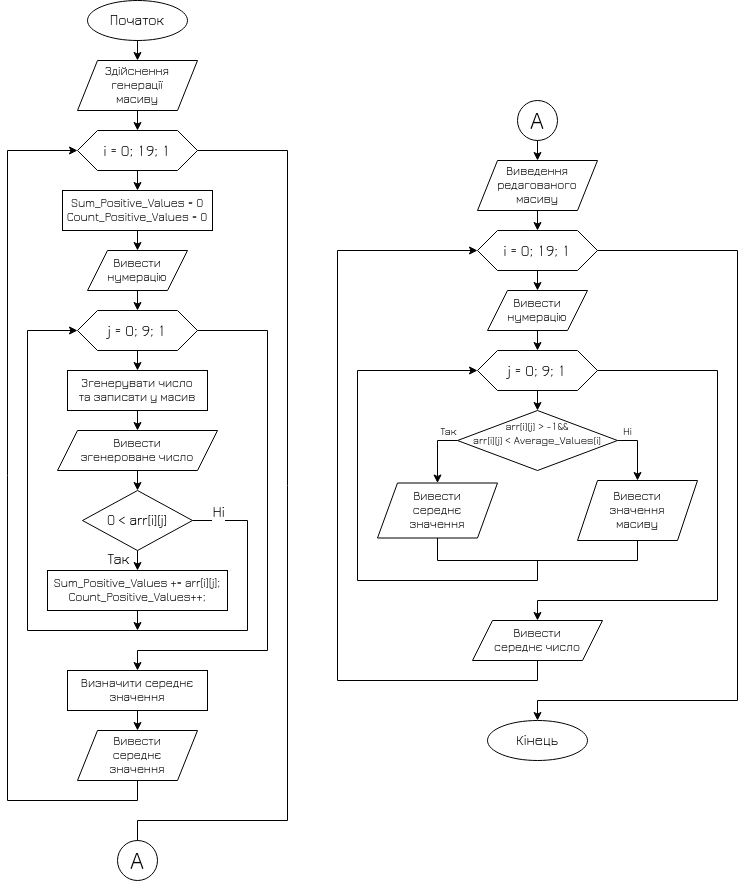
Above: Лабораторна робота #5/Завдання #1. Блок схема.png in H4WG/CppLabs (draw.io), before the change. Source tidied: cells renumbered, new cells last; positions are measured from the earlier drawing's top-left corner, leaving out a move shared by most shapes.
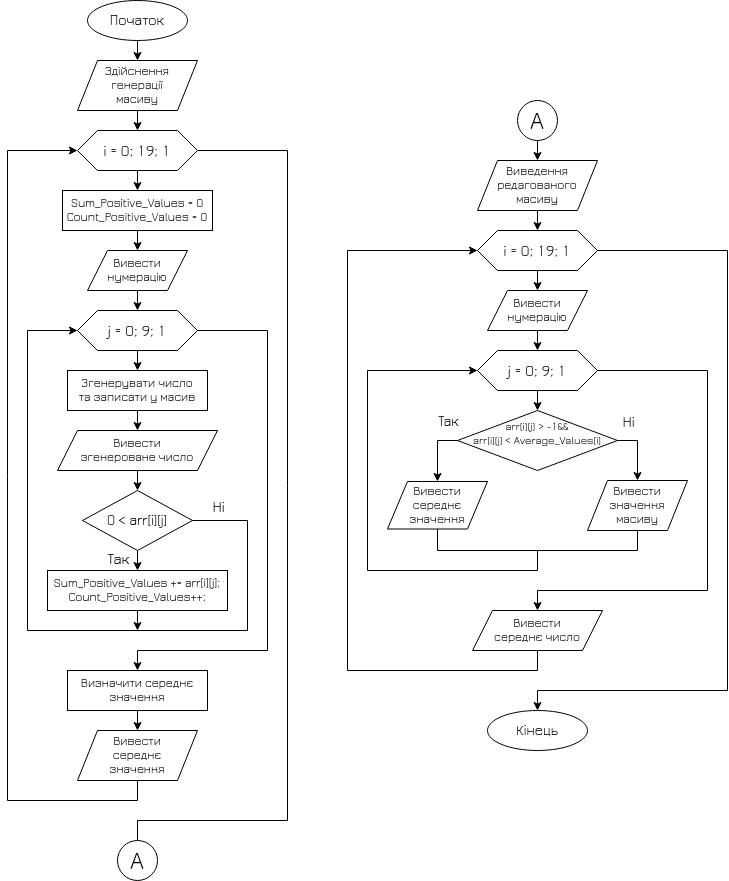
The same file after the commit.

Commit message:
Виправлення блок-схеми

What changed in the source:
```diff
@@ -9,7 +9,7 @@
       <mxGeometry relative="1" as="geometry" />
     </mxCell>
     <mxCell id="4" value="Кінець" style="ellipse;whiteSpace=wrap;html=1;fontSize=14;" parent="1" vertex="1">
-      <mxGeometry x="480" y="720" width="100" height="40" as="geometry" />
+      <mxGeometry x="480" y="710" width="100" height="40" as="geometry" />
     </mxCell>
     <mxCell id="5" value="&lt;div&gt;Згенерувати число&lt;/div&gt;&lt;div&gt;та записати у масив&lt;/div&gt;" style="whiteSpace=wrap;html=1;" parent="1" vertex="1">
       <mxGeometry x="60" y="370" width="140" height="40" as="geometry" />
@@ -128,7 +128,7 @@
       </mxGeometry>
     </mxCell>
     <mxCell id="32" value="&lt;div&gt;Вивести&lt;/div&gt;&lt;div&gt;середнє число&lt;/div&gt;" style="shape=parallelogram;perimeter=parallelogramPerimeter;whiteSpace=wrap;html=1;fixedSize=1;" parent="1" vertex="1">
-      <mxGeometry x="465" y="620" width="130" height="40" as="geometry" />
+      <mxGeometry x="465" y="610" width="130" height="40" as="geometry" />
     </mxCell>
     <mxCell id="33" style="endArrow=classic;html=1;" parent="1" edge="1">
       <mxGeometry relative="1" as="geometry">
@@ -144,22 +144,22 @@
     </mxCell>
     <mxCell id="36" style="endArrow=classic;html=1;entryX=0;entryY=0.5;entryDx=0;entryDy=0;" parent="1" edge="1" target="35">
       <mxGeometry relative="1" as="geometry">
-        <mxPoint x="350" y="370" as="sourcePoint" />
+        <mxPoint x="360" y="370" as="sourcePoint" />
       </mxGeometry>
     </mxCell>
     <mxCell id="37" style="endArrow=classic;html=1;entryX=0;entryY=0.5;entryDx=0;entryDy=0;" parent="1" edge="1" target="34">
       <mxGeometry relative="1" as="geometry">
-        <mxPoint x="330" y="250" as="sourcePoint" />
+        <mxPoint x="340" y="250" as="sourcePoint" />
       </mxGeometry>
     </mxCell>
     <mxCell id="38" style="endArrow=none;html=1;entryX=1;entryY=0.5;entryDx=0;entryDy=0;" parent="1" edge="1" target="35">
       <mxGeometry relative="1" as="geometry">
-        <mxPoint x="710" y="370" as="sourcePoint" />
+        <mxPoint x="700" y="370" as="sourcePoint" />
       </mxGeometry>
     </mxCell>
     <mxCell id="39" style="endArrow=none;html=1;entryX=1;entryY=0.5;entryDx=0;entryDy=0;" parent="1" edge="1" target="34">
       <mxGeometry relative="1" as="geometry">
-        <mxPoint x="730" y="250" as="sourcePoint" />
+        <mxPoint x="720" y="250" as="sourcePoint" />
       </mxGeometry>
     </mxCell>
     <mxCell id="40" value="&lt;div&gt;Вивести&lt;/div&gt;&lt;div&gt;нумерацію&lt;/div&gt;" style="shape=parallelogram;perimeter=parallelogramPerimeter;whiteSpace=wrap;html=1;fixedSize=1;" parent="1" vertex="1">
@@ -192,9 +192,9 @@
         <mxPoint x="240" y="520" as="targetPoint" />
       </mxGeometry>
     </mxCell>
-    <mxCell id="48" value="&lt;font style=&quot;font-size: 15px&quot;&gt;Ні&lt;/font&gt;" style="edgeLabel;html=1;align=center;verticalAlign=middle;" parent="47" vertex="1">
+    <mxCell id="48" value="&lt;font style=&quot;font-size: 15px;&quot;&gt;Ні&lt;/font&gt;" style="edgeLabel;html=1;align=center;verticalAlign=middle;fontSize=15;" parent="47" vertex="1">
       <mxGeometry x="0.28" y="-1" relative="1" as="geometry">
-        <mxPoint x="-10" y="-11" as="offset" />
+        <mxPoint x="-10" y="-16" as="offset" />
       </mxGeometry>
     </mxCell>
     <mxCell id="49" style="endArrow=none;html=1;" parent="1" edge="1">
@@ -260,10 +260,10 @@
       <mxGeometry x="450" y="410" width="160" height="60" as="geometry" />
     </mxCell>
     <mxCell id="62" value="&lt;div&gt;Вивести&lt;/div&gt;&lt;div&gt;середнє&lt;/div&gt;&lt;div&gt;значення&lt;/div&gt;" style="shape=parallelogram;perimeter=parallelogramPerimeter;whiteSpace=wrap;html=1;fixedSize=1;" parent="1" vertex="1">
-      <mxGeometry x="370" y="482.5" width="120" height="55" as="geometry" />
+      <mxGeometry x="380" y="481" width="100" height="47.5" as="geometry" />
     </mxCell>
     <mxCell id="63" value="&lt;div&gt;Вивести&lt;/div&gt;&lt;div&gt;значення&lt;/div&gt;&lt;div&gt;масиву&lt;br&gt;&lt;/div&gt;" style="shape=parallelogram;perimeter=parallelogramPerimeter;whiteSpace=wrap;html=1;fixedSize=1;" parent="1" vertex="1">
-      <mxGeometry x="570" y="480" width="120" height="60" as="geometry" />
+      <mxGeometry x="580" y="480" width="100" height="50" as="geometry" />
     </mxCell>
     <mxCell id="64" style="endArrow=classic;html=1;entryX=0.5;entryY=0;entryDx=0;entryDy=0;" parent="1" edge="1" target="63">
       <mxGeometry relative="1" as="geometry">
@@ -280,9 +280,9 @@
         <mxPoint x="430" y="440" as="sourcePoint" />
       </mxGeometry>
     </mxCell>
-    <mxCell id="67" value="Так" style="edgeLabel;html=1;align=center;verticalAlign=middle;" parent="66" vertex="1">
+    <mxCell id="67" value="Так" style="edgeLabel;html=1;align=center;verticalAlign=middle;fontSize=14;" parent="66" vertex="1">
       <mxGeometry x="-0.44" y="-1" relative="1" as="geometry">
-        <mxPoint x="4.3" y="-11" as="offset" />
+        <mxPoint x="4.3" y="-21" as="offset" />
       </mxGeometry>
     </mxCell>
     <mxCell id="68" style="endArrow=none;html=1;entryX=1;entryY=0.5;entryDx=0;entryDy=0;" parent="1" edge="1" target="61">
@@ -290,95 +290,95 @@
         <mxPoint x="630" y="440" as="sourcePoint" />
       </mxGeometry>
     </mxCell>
-    <mxCell id="69" value="Ні" style="edgeLabel;html=1;align=center;verticalAlign=middle;" parent="68" vertex="1">
+    <mxCell id="69" value="Ні" style="edgeLabel;html=1;align=center;verticalAlign=middle;fontSize=15;" parent="68" vertex="1">
       <mxGeometry x="-0.51" y="1" relative="1" as="geometry">
-        <mxPoint x="-5.2" y="-11" as="offset" />
+        <mxPoint x="-5" y="-21" as="offset" />
       </mxGeometry>
     </mxCell>
     <mxCell id="70" style="endArrow=none;html=1;entryX=0.5;entryY=1;entryDx=0;entryDy=0;" parent="1" edge="1" target="63">
       <mxGeometry relative="1" as="geometry">
-        <mxPoint x="630" y="560" as="sourcePoint" />
+        <mxPoint x="630" y="550" as="sourcePoint" />
       </mxGeometry>
     </mxCell>
     <mxCell id="71" style="endArrow=none;html=1;" parent="1" edge="1">
       <mxGeometry relative="1" as="geometry">
-        <mxPoint x="630" y="560" as="sourcePoint" />
-        <mxPoint x="430" y="560" as="targetPoint" />
+        <mxPoint x="630" y="550" as="sourcePoint" />
+        <mxPoint x="430" y="550" as="targetPoint" />
       </mxGeometry>
     </mxCell>
     <mxCell id="72" style="endArrow=none;html=1;entryX=0.5;entryY=1;entryDx=0;entryDy=0;" parent="1" edge="1" target="62">
       <mxGeometry relative="1" as="geometry">
-        <mxPoint x="430" y="560" as="sourcePoint" />
+        <mxPoint x="430" y="550" as="sourcePoint" />
       </mxGeometry>
     </mxCell>
     <mxCell id="73" style="endArrow=none;html=1;" parent="1" edge="1">
       <mxGeometry relative="1" as="geometry">
-        <mxPoint x="350" y="580" as="sourcePoint" />
-        <mxPoint x="350" y="370" as="targetPoint" />
+        <mxPoint x="360" y="570" as="sourcePoint" />
+        <mxPoint x="360" y="370" as="targetPoint" />
       </mxGeometry>
     </mxCell>
     <mxCell id="74" style="endArrow=none;html=1;" parent="1" edge="1">
       <mxGeometry relative="1" as="geometry">
-        <mxPoint x="530" y="580" as="sourcePoint" />
-        <mxPoint x="350" y="580" as="targetPoint" />
+        <mxPoint x="530" y="570" as="sourcePoint" />
+        <mxPoint x="360" y="570" as="targetPoint" />
       </mxGeometry>
     </mxCell>
     <mxCell id="75" style="endArrow=none;html=1;" parent="1" edge="1">
       <mxGeometry relative="1" as="geometry">
-        <mxPoint x="530" y="560" as="sourcePoint" />
-        <mxPoint x="530" y="580" as="targetPoint" />
+        <mxPoint x="530" y="550" as="sourcePoint" />
+        <mxPoint x="530" y="570" as="targetPoint" />
       </mxGeometry>
     </mxCell>
     <mxCell id="76" style="endArrow=classic;html=1;entryX=0.5;entryY=0;entryDx=0;entryDy=0;" parent="1" edge="1" target="32">
       <mxGeometry relative="1" as="geometry">
-        <mxPoint x="530" y="600" as="sourcePoint" />
+        <mxPoint x="530" y="590" as="sourcePoint" />
       </mxGeometry>
     </mxCell>
     <mxCell id="77" style="endArrow=none;html=1;" parent="1" edge="1">
       <mxGeometry relative="1" as="geometry">
-        <mxPoint x="710" y="370" as="sourcePoint" />
-        <mxPoint x="710" y="600" as="targetPoint" />
+        <mxPoint x="700" y="370" as="sourcePoint" />
+        <mxPoint x="700" y="590" as="targetPoint" />
       </mxGeometry>
     </mxCell>
     <mxCell id="78" style="endArrow=none;html=1;" parent="1" edge="1">
       <mxGeometry relative="1" as="geometry">
-        <mxPoint x="710" y="600" as="sourcePoint" />
-        <mxPoint x="530" y="600" as="targetPoint" />
+        <mxPoint x="700" y="590" as="sourcePoint" />
+        <mxPoint x="530" y="590" as="targetPoint" />
       </mxGeometry>
     </mxCell>
     <mxCell id="79" style="endArrow=classic;html=1;" parent="1" edge="1">
       <mxGeometry relative="1" as="geometry">
-        <mxPoint x="530" y="700" as="sourcePoint" />
-        <mxPoint x="530" y="720" as="targetPoint" />
+        <mxPoint x="530" y="690" as="sourcePoint" />
+        <mxPoint x="530" y="710" as="targetPoint" />
       </mxGeometry>
     </mxCell>
     <mxCell id="80" style="endArrow=none;html=1;" parent="1" edge="1">
       <mxGeometry relative="1" as="geometry">
-        <mxPoint x="330" y="250" as="sourcePoint" />
-        <mxPoint x="330" y="680" as="targetPoint" />
+        <mxPoint x="340" y="250" as="sourcePoint" />
+        <mxPoint x="340" y="670" as="targetPoint" />
       </mxGeometry>
     </mxCell>
     <mxCell id="81" style="endArrow=none;html=1;" parent="1" edge="1">
       <mxGeometry relative="1" as="geometry">
-        <mxPoint x="330" y="680" as="sourcePoint" />
-        <mxPoint x="530" y="680" as="targetPoint" />
+        <mxPoint x="340" y="670" as="sourcePoint" />
+        <mxPoint x="530" y="670" as="targetPoint" />
       </mxGeometry>
     </mxCell>
     <mxCell id="82" style="endArrow=none;html=1;" parent="1" edge="1">
       <mxGeometry relative="1" as="geometry">
-        <mxPoint x="730" y="250" as="sourcePoint" />
-        <mxPoint x="730" y="700" as="targetPoint" />
+        <mxPoint x="720" y="250" as="sourcePoint" />
+        <mxPoint x="720" y="690" as="targetPoint" />
       </mxGeometry>
     </mxCell>
     <mxCell id="83" style="endArrow=none;html=1;entryX=0.5;entryY=1;entryDx=0;entryDy=0;" parent="1" edge="1" target="32">
       <mxGeometry relative="1" as="geometry">
-        <mxPoint x="530" y="680" as="sourcePoint" />
+        <mxPoint x="530" y="670" as="sourcePoint" />
       </mxGeometry>
     </mxCell>
     <mxCell id="84" style="endArrow=none;html=1;" parent="1" edge="1">
       <mxGeometry relative="1" as="geometry">
-        <mxPoint x="730" y="700" as="sourcePoint" />
-        <mxPoint x="530" y="700" as="targetPoint" />
+        <mxPoint x="720" y="690" as="sourcePoint" />
+        <mxPoint x="530" y="690" as="targetPoint" />
       </mxGeometry>
     </mxCell>
   </root>
```
